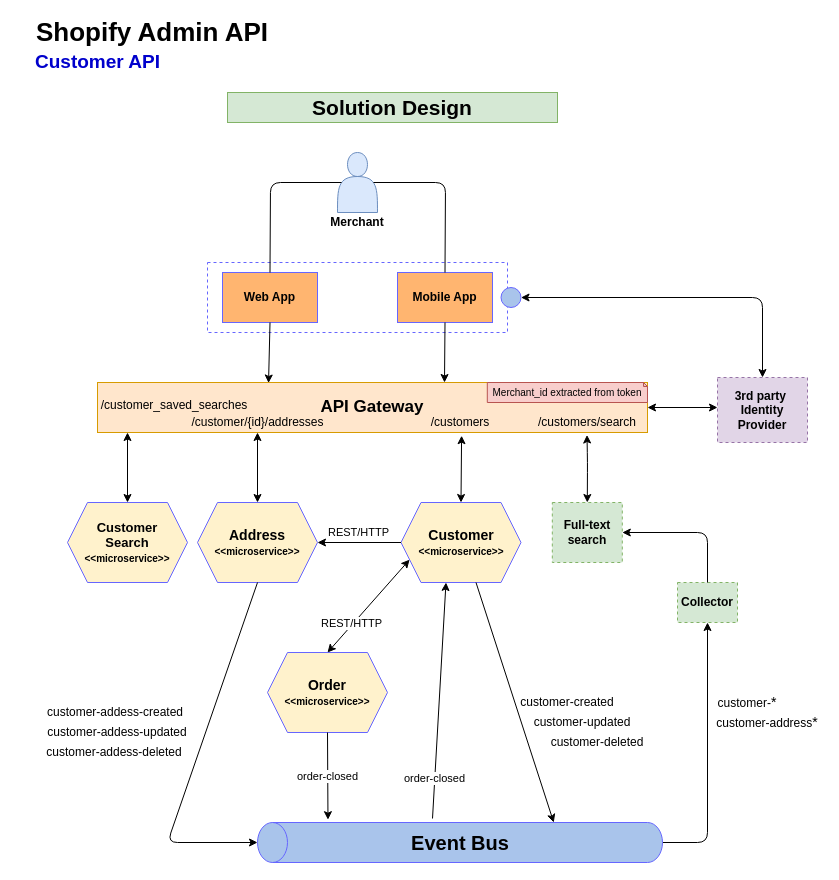
Earlier version of the draw.io diagram strategic-design/Spotify Customer API - Solution Design.drawio (rpicanco/ShopifyAdminAPICustomer). Source tidied: cells renumbered, new cells numbered last; positions are measured from the earlier drawing's top-left corner, leaving out a move shared by most shapes. Both pictures are drawn from the tidied source at 100%, with x=0, y=0 at pixel (17, 22).
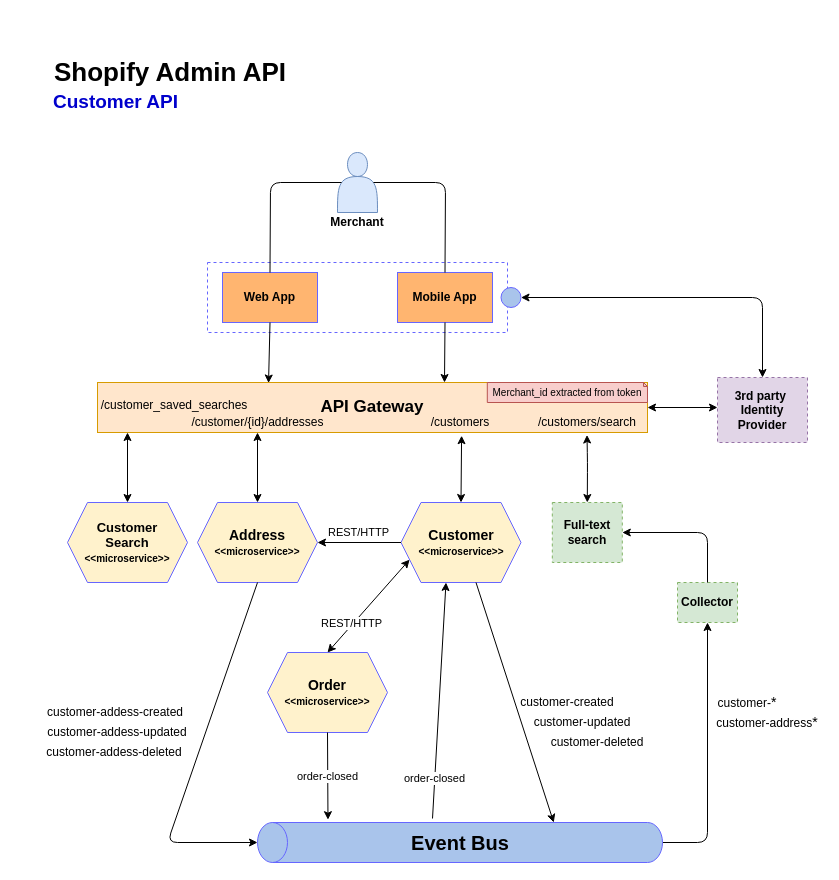
The same diagram, later.

Commit message (it also covers changes not shown here):
state machine diagram updated

Diff of the diagram source:
```diff
@@
     <mxCell id="3" value="&lt;font style=&quot;font-size: 26px&quot;&gt;&lt;b&gt;Shopify Admin API&lt;/b&gt;&lt;/font&gt;" style="text;html=1;strokeColor=none;fillColor=none;align=center;verticalAlign=middle;whiteSpace=wrap;rounded=0;" parent="1" vertex="1">
-      <mxGeometry width="270" height="20" as="geometry" />
+      <mxGeometry x="18" y="40" width="270" height="20" as="geometry" />
     </mxCell>
     <mxCell id="4" value="&lt;font size=&quot;1&quot; color=&quot;#0000cc&quot;&gt;&lt;b style=&quot;font-size: 19px&quot;&gt;Customer API&lt;/b&gt;&lt;/font&gt;" style="text;html=1;strokeColor=none;fillColor=none;align=center;verticalAlign=middle;whiteSpace=wrap;rounded=0;" parent="1" vertex="1">
-      <mxGeometry x="7" y="30" width="147" height="20" as="geometry" />
+      <mxGeometry x="25" y="70" width="147" height="20" as="geometry" />
     </mxCell>
-    <mxCell id="5" value="&lt;font size=&quot;1&quot;&gt;&lt;b style=&quot;font-size: 21px&quot;&gt;Solution Design&lt;/b&gt;&lt;/font&gt;" style="text;html=1;align=center;verticalAlign=middle;whiteSpace=wrap;rounded=0;fillColor=#d5e8d4;strokeColor=#82b366;" parent="1" vertex="1">
-      <mxGeometry x="210" y="70" width="330" height="30" as="geometry" />
-    </mxCell>
```
